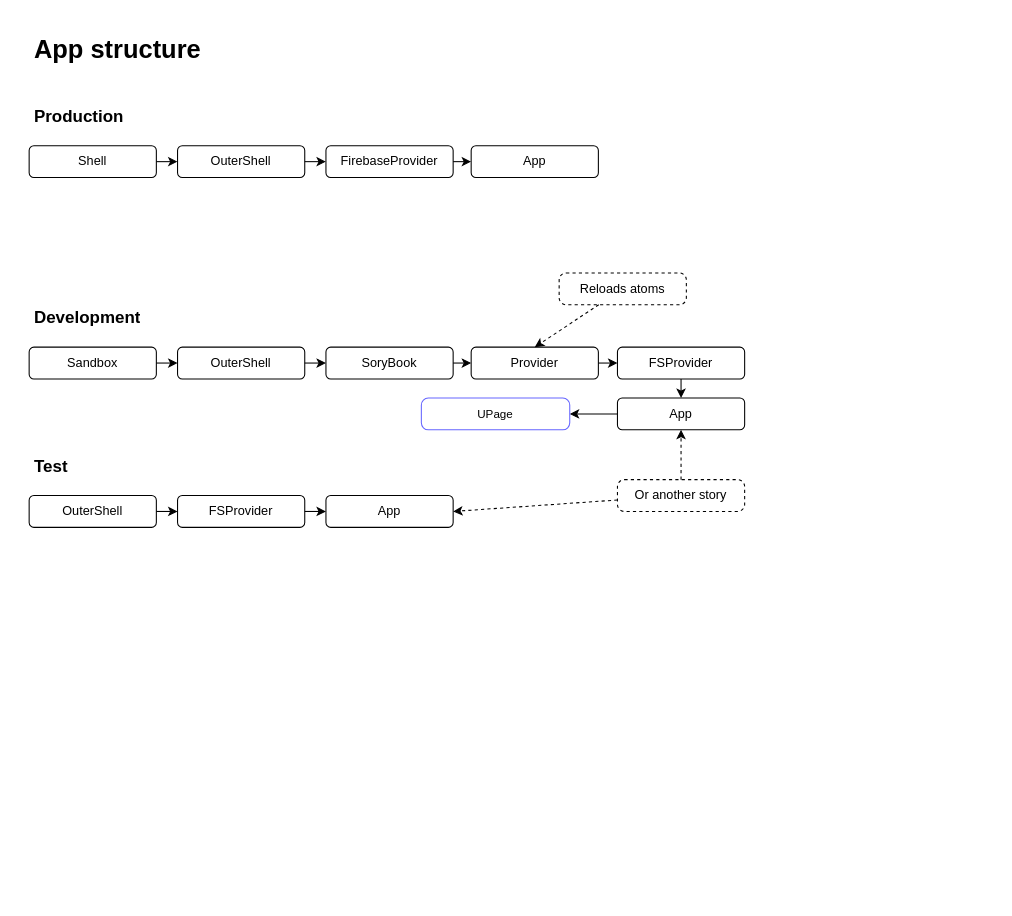
Earlier version of the draw.io diagram page "App structure" (1 of 6) of doc.drawio (Zombobot1/bike2). Source tidied: cells renumbered, new cells numbered last; positions are measured from the earlier drawing's top-left corner, leaving out a move shared by most shapes. Both pictures are drawn from the tidied source at 106%, with x=0, y=0 at pixel (29, 29).
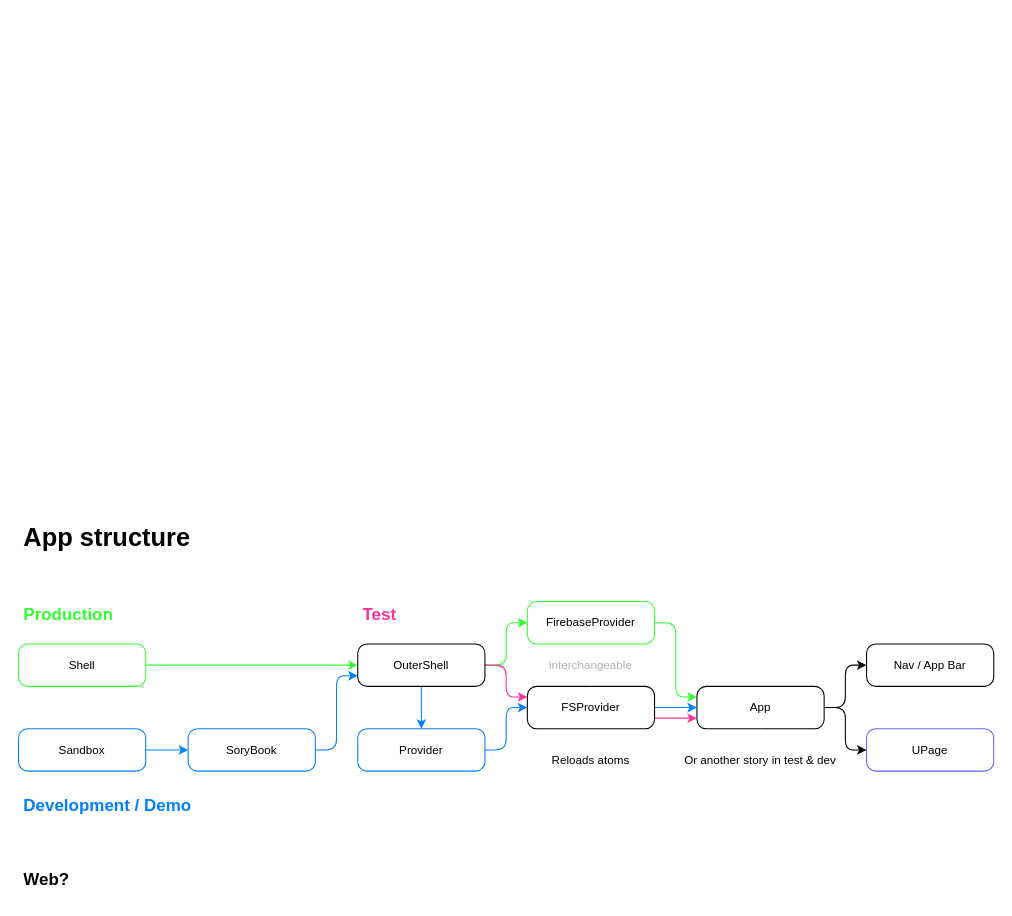
The same diagram, later.

Change to the diagram source:
```diff
@@
     <mxCell id="2" value="&lt;h1&gt;App structure&lt;/h1&gt;" style="text;html=1;strokeColor=none;fillColor=none;spacing=5;spacingTop=-20;whiteSpace=wrap;overflow=hidden;rounded=0;" parent="1" vertex="1">
-      <mxGeometry width="200" height="40" as="geometry" />
+      <mxGeometry x="-10" y="460" width="200" height="40" as="geometry" />
     </mxCell>
@@
-    <mxCell id="4" value="&lt;h1&gt;&lt;font style=&quot;font-size: 16px&quot;&gt;Production&lt;/font&gt;&lt;/h1&gt;" style="text;html=1;strokeColor=none;fillColor=none;spacing=5;spacingTop=-20;whiteSpace=wrap;overflow=hidden;rounded=0;" parent="1" vertex="1">
-      <mxGeometry y="60" width="200" height="40" as="geometry" />
+    <mxCell id="4" value="&lt;h1&gt;&lt;font style=&quot;font-size: 16px&quot;&gt;Production&lt;/font&gt;&lt;/h1&gt;" style="text;html=1;strokeColor=none;fillColor=none;spacing=5;spacingTop=-20;whiteSpace=wrap;overflow=hidden;rounded=0;fontColor=#33FF33;" parent="1" vertex="1">
+      <mxGeometry x="-10" y="530" width="120" height="40" as="geometry" />
     </mxCell>
-    <mxCell id="5" value="&lt;h1&gt;&lt;font style=&quot;font-size: 16px&quot;&gt;Development&lt;/font&gt;&lt;/h1&gt;" style="text;html=1;strokeColor=none;fillColor=none;spacing=5;spacingTop=-20;whiteSpace=wrap;overflow=hidden;rounded=0;" parent="1" vertex="1">
-      <mxGeometry y="250" width="200" height="40" as="geometry" />
+    <mxCell id="5" value="&lt;h1&gt;&lt;font style=&quot;font-size: 16px&quot;&gt;Development / Demo&lt;/font&gt;&lt;/h1&gt;" style="text;html=1;strokeColor=none;fillColor=none;spacing=5;spacingTop=-20;whiteSpace=wrap;overflow=hidden;rounded=0;fontColor=#007FFF;" parent="1" vertex="1">
+      <mxGeometry x="-10" y="710" width="200" height="40" as="geometry" />
     </mxCell>
-    <mxCell id="6" value="&lt;h1&gt;&lt;font style=&quot;font-size: 16px&quot;&gt;Test&lt;/font&gt;&lt;/h1&gt;" style="text;html=1;strokeColor=none;fillColor=none;spacing=5;spacingTop=-20;whiteSpace=wrap;overflow=hidden;rounded=0;" parent="1" vertex="1">
-      <mxGeometry y="390" width="200" height="40" as="geometry" />
+    <mxCell id="6" value="&lt;h1&gt;&lt;font style=&quot;font-size: 16px&quot;&gt;Test&lt;/font&gt;&lt;/h1&gt;" style="text;html=1;strokeColor=none;fillColor=none;spacing=5;spacingTop=-20;whiteSpace=wrap;overflow=hidden;rounded=0;fontColor=#FF3399;" parent="1" vertex="1">
+      <mxGeometry x="310" y="530" width="50" height="40" as="geometry" />
     </mxCell>
-    <mxCell id="7" style="html=1;dashed=1;exitX=0.5;exitY=0;exitDx=0;exitDy=0;entryX=0.5;entryY=1;entryDx=0;entryDy=0;" parent="1" edge="1" source="9" target="30">
-      <mxGeometry relative="1" as="geometry" />
-    </mxCell>
-    <mxCell id="8" style="html=1;entryX=1;entryY=0.5;entryDx=0;entryDy=0;dashed=1;" parent="1" edge="1" source="9" target="37">
-      <mxGeometry relative="1" as="geometry" />
-    </mxCell>
-    <mxCell id="9" value="Or another story" style="rounded=1;whiteSpace=wrap;html=1;arcSize=22;dashed=1;fillColor=none;" parent="1" vertex="1">
-      <mxGeometry x="555" y="425" width="120" height="30" as="geometry" />
-    </mxCell>
@@
-    <mxCell id="12" style="edgeStyle=elbowEdgeStyle;rounded=0;jettySize=auto;html=1;" parent="1" edge="1" source="13" target="15">
-      <mxGeometry relative="1" as="geometry" />
-    </mxCell>
+    <mxCell id="39" style="edgeStyle=elbowEdgeStyle;rounded=1;jettySize=auto;html=1;entryX=0;entryY=0.5;entryDx=0;entryDy=0;endArrow=classic;endFill=1;strokeColor=#33FF33;" parent="1" edge="1" source="13" target="43">
+      <mxGeometry relative="1" as="geometry" />
+    </mxCell>
-    <mxCell id="13" value="Shell" style="rounded=1;whiteSpace=wrap;html=1;fillColor=none;" parent="1" vertex="1">
-      <mxGeometry y="110" width="120" height="30" as="geometry" />
+    <mxCell id="13" value="Shell" style="rounded=1;whiteSpace=wrap;arcSize=22;fontFamily=Helvetica;fontSize=11;fontColor=default;strokeColor=#33FF33;fillColor=none;startSize=26;" parent="1" vertex="1">
+      <mxGeometry x="-10" y="580" width="120" height="40" as="geometry" />
     </mxCell>
-    <mxCell id="14" style="edgeStyle=elbowEdgeStyle;rounded=1;jettySize=auto;html=1;entryX=0;entryY=0.5;entryDx=0;entryDy=0;" parent="1" edge="1" source="15" target="17">
-      <mxGeometry relative="1" as="geometry" />
-    </mxCell>
-    <mxCell id="15" value="&lt;span&gt;OuterShell&lt;/span&gt;" style="rounded=1;whiteSpace=wrap;html=1;fillColor=none;" parent="1" vertex="1">
-      <mxGeometry x="140" y="110" width="120" height="30" as="geometry" />
-    </mxCell>
-    <mxCell id="16" style="edgeStyle=elbowEdgeStyle;rounded=1;jettySize=auto;html=1;entryX=0;entryY=0.5;entryDx=0;entryDy=0;" parent="1" edge="1" source="17" target="18">
-      <mxGeometry relative="1" as="geometry" />
-    </mxCell>
+    <mxCell id="40" style="edgeStyle=elbowEdgeStyle;rounded=1;jettySize=auto;html=1;entryX=0;entryY=0.5;entryDx=0;entryDy=0;endArrow=classic;endFill=1;strokeColor=#33FF33;exitX=1;exitY=0.5;exitDx=0;exitDy=0;" parent="1" edge="1" source="43" target="17">
+      <mxGeometry relative="1" as="geometry" />
+    </mxCell>
+    <mxCell id="41" style="edgeStyle=elbowEdgeStyle;rounded=1;jettySize=auto;html=1;entryX=0.5;entryY=0;entryDx=0;entryDy=0;endArrow=classic;endFill=1;strokeColor=#007FFF;" parent="1" edge="1" source="43" target="26">
+      <mxGeometry relative="1" as="geometry" />
+    </mxCell>
+    <mxCell id="42" style="edgeStyle=elbowEdgeStyle;rounded=1;jettySize=auto;html=1;entryX=0;entryY=0.25;entryDx=0;entryDy=0;fontColor=#33FF33;endArrow=classic;endFill=1;strokeColor=#FF3399;" parent="1" edge="1" source="43" target="54">
+      <mxGeometry relative="1" as="geometry" />
+    </mxCell>
+    <mxCell id="43" value="OuterShell" style="rounded=1;whiteSpace=wrap;arcSize=22;fontFamily=Helvetica;fontSize=11;fontColor=default;strokeColor=default;fillColor=none;startSize=26;" parent="1" vertex="1">
+      <mxGeometry x="310" y="580" width="120" height="40" as="geometry" />
+    </mxCell>
+    <mxCell id="44" style="edgeStyle=elbowEdgeStyle;rounded=1;jettySize=auto;html=1;endArrow=classic;endFill=1;strokeColor=#007FFF;" parent="1" edge="1" source="20" target="24">
+      <mxGeometry relative="1" as="geometry" />
+    </mxCell>
+    <mxCell id="20" value="Sandbox" style="rounded=1;whiteSpace=wrap;arcSize=22;fontFamily=Helvetica;fontSize=11;fontColor=default;strokeColor=#007FFF;fillColor=none;startSize=26;" parent="1" vertex="1">
+      <mxGeometry x="-10" y="660" width="120" height="40" as="geometry" />
+    </mxCell>
+    <mxCell id="45" style="edgeStyle=elbowEdgeStyle;rounded=1;jettySize=auto;html=1;entryX=0;entryY=0.75;entryDx=0;entryDy=0;endArrow=classic;endFill=1;strokeColor=#007FFF;" parent="1" edge="1" source="24" target="43">
+      <mxGeometry relative="1" as="geometry" />
+    </mxCell>
+    <mxCell id="24" value="SoryBook" style="rounded=1;whiteSpace=wrap;arcSize=22;fontFamily=Helvetica;fontSize=11;fontColor=default;strokeColor=#007FFF;fillColor=none;startSize=26;" parent="1" vertex="1">
+      <mxGeometry x="150" y="660" width="120" height="40" as="geometry" />
+    </mxCell>
+    <mxCell id="46" style="edgeStyle=elbowEdgeStyle;rounded=1;jettySize=auto;html=1;entryX=0;entryY=0.5;entryDx=0;entryDy=0;endArrow=classic;endFill=1;strokeColor=#007FFF;" parent="1" edge="1" source="26" target="54">
+      <mxGeometry relative="1" as="geometry" />
+    </mxCell>
+    <mxCell id="26" value="Provider" style="rounded=1;whiteSpace=wrap;arcSize=22;fontFamily=Helvetica;fontSize=11;fontColor=default;strokeColor=#007FFF;fillColor=none;startSize=26;" parent="1" vertex="1">
+      <mxGeometry x="310" y="660" width="120" height="40" as="geometry" />
+    </mxCell>
+    <mxCell id="47" style="edgeStyle=elbowEdgeStyle;rounded=1;jettySize=auto;html=1;entryX=0;entryY=0.25;entryDx=0;entryDy=0;endArrow=classic;endFill=1;strokeColor=#33FF33;" parent="1" edge="1" source="17" target="50">
+      <mxGeometry relative="1" as="geometry" />
+    </mxCell>
-    <mxCell id="17" value="&lt;span&gt;FirebaseProvider&lt;/span&gt;" style="rounded=1;whiteSpace=wrap;html=1;fillColor=none;" parent="1" vertex="1">
-      <mxGeometry x="280" y="110" width="120" height="30" as="geometry" />
+    <mxCell id="17" value="FirebaseProvider" style="rounded=1;whiteSpace=wrap;arcSize=22;fontFamily=Helvetica;fontSize=11;fontColor=default;strokeColor=#33FF33;fillColor=none;startSize=26;" parent="1" vertex="1">
+      <mxGeometry x="470" y="540" width="120" height="40" as="geometry" />
     </mxCell>
-    <mxCell id="18" value="&lt;span&gt;App&lt;/span&gt;" style="rounded=1;whiteSpace=wrap;html=1;fillColor=none;" parent="1" vertex="1">
-      <mxGeometry x="417" y="110" width="120" height="30" as="geometry" />
-    </mxCell>
-    <mxCell id="19" style="edgeStyle=elbowEdgeStyle;rounded=0;jettySize=auto;html=1;" parent="1" edge="1" source="20" target="22">
-      <mxGeometry relative="1" as="geometry" />
-    </mxCell>
-    <mxCell id="20" value="&lt;span&gt;Sandbox&lt;/span&gt;" style="rounded=1;whiteSpace=wrap;html=1;fillColor=none;" parent="1" vertex="1">
-      <mxGeometry y="300" width="120" height="30" as="geometry" />
-    </mxCell>
-    <mxCell id="21" style="edgeStyle=elbowEdgeStyle;rounded=1;jettySize=auto;html=1;entryX=0;entryY=0.5;entryDx=0;entryDy=0;" parent="1" edge="1" source="22" target="24">
-      <mxGeometry relative="1" as="geometry" />
-    </mxCell>
-    <mxCell id="22" value="&lt;span&gt;OuterShell&lt;/span&gt;" style="rounded=1;whiteSpace=wrap;html=1;fillColor=none;" parent="1" vertex="1">
-      <mxGeometry x="140" y="300" width="120" height="30" as="geometry" />
-    </mxCell>
-    <mxCell id="23" style="edgeStyle=elbowEdgeStyle;rounded=1;jettySize=auto;html=1;entryX=0;entryY=0.5;entryDx=0;entryDy=0;" parent="1" edge="1" source="24" target="26">
-      <mxGeometry relative="1" as="geometry" />
-    </mxCell>
-    <mxCell id="24" value="&lt;span&gt;SoryBook&lt;/span&gt;" style="rounded=1;whiteSpace=wrap;html=1;fillColor=none;" parent="1" vertex="1">
-      <mxGeometry x="280" y="300" width="120" height="30" as="geometry" />
-    </mxCell>
-    <mxCell id="25" style="edgeStyle=elbowEdgeStyle;rounded=1;jettySize=auto;html=1;entryX=0;entryY=0.5;entryDx=0;entryDy=0;" parent="1" edge="1" source="26" target="28">
-      <mxGeometry relative="1" as="geometry" />
-    </mxCell>
-    <mxCell id="26" value="Provider" style="rounded=1;whiteSpace=wrap;html=1;fillColor=none;" parent="1" vertex="1">
-      <mxGeometry x="417" y="300" width="120" height="30" as="geometry" />
-    </mxCell>
-    <mxCell id="27" style="edgeStyle=elbowEdgeStyle;rounded=1;jettySize=auto;html=1;entryX=0.5;entryY=0;entryDx=0;entryDy=0;" parent="1" edge="1" source="28" target="30">
-      <mxGeometry relative="1" as="geometry" />
-    </mxCell>
-    <mxCell id="28" value="FSProvider" style="rounded=1;whiteSpace=wrap;html=1;fillColor=none;" parent="1" vertex="1">
-      <mxGeometry x="555" y="300" width="120" height="30" as="geometry" />
-    </mxCell>
-    <mxCell id="29" style="rounded=0;jettySize=auto;html=1;entryX=1;entryY=0.5;entryDx=0;entryDy=0;" parent="1" edge="1" source="30" target="38">
-      <mxGeometry relative="1" as="geometry" />
-    </mxCell>
-    <mxCell id="30" value="&lt;span&gt;App&lt;/span&gt;" style="rounded=1;whiteSpace=wrap;html=1;fillColor=none;" parent="1" vertex="1">
-      <mxGeometry x="555" y="348" width="120" height="30" as="geometry" />
-    </mxCell>
+    <mxCell id="48" style="edgeStyle=elbowEdgeStyle;rounded=1;jettySize=auto;html=1;entryX=0;entryY=0.5;entryDx=0;entryDy=0;endArrow=classic;endFill=1;" parent="1" edge="1" source="50" target="51">
+      <mxGeometry relative="1" as="geometry" />
+    </mxCell>
+    <mxCell id="49" style="edgeStyle=elbowEdgeStyle;rounded=1;jettySize=auto;html=1;entryX=0;entryY=0.5;entryDx=0;entryDy=0;endArrow=classic;endFill=1;" parent="1" edge="1" source="50" target="38">
+      <mxGeometry relative="1" as="geometry" />
+    </mxCell>
+    <mxCell id="50" value="App" style="rounded=1;whiteSpace=wrap;arcSize=22;fontFamily=Helvetica;fontSize=11;fontColor=default;strokeColor=default;fillColor=none;startSize=26;" parent="1" vertex="1">
+      <mxGeometry x="630" y="620" width="120" height="40" as="geometry" />
+    </mxCell>
+    <mxCell id="51" value="Nav / App Bar" style="rounded=1;whiteSpace=wrap;arcSize=22;fontFamily=Helvetica;fontSize=11;fontColor=default;strokeColor=default;fillColor=none;startSize=26;" parent="1" vertex="1">
+      <mxGeometry x="790" y="580" width="120" height="40" as="geometry" />
+    </mxCell>
+    <mxCell id="38" value="UPage" style="rounded=1;whiteSpace=wrap;arcSize=22;fontFamily=Helvetica;fontSize=11;fontColor=default;strokeColor=#6666FF;fillColor=none;startSize=26;" parent="1" vertex="1">
+      <mxGeometry x="790" y="660" width="120" height="40" as="geometry" />
+    </mxCell>
+    <mxCell id="52" style="edgeStyle=elbowEdgeStyle;rounded=1;jettySize=auto;html=1;entryX=0;entryY=0.5;entryDx=0;entryDy=0;endArrow=classic;endFill=1;strokeColor=#007FFF;" parent="1" edge="1" source="54" target="50">
+      <mxGeometry relative="1" as="geometry" />
+    </mxCell>
+    <mxCell id="53" style="edgeStyle=elbowEdgeStyle;rounded=1;jettySize=auto;html=1;entryX=0;entryY=0.75;entryDx=0;entryDy=0;fontColor=#33FF33;endArrow=classic;endFill=1;strokeColor=#FF3399;exitX=1;exitY=0.75;exitDx=0;exitDy=0;" parent="1" edge="1" source="54" target="50">
+      <mxGeometry relative="1" as="geometry" />
+    </mxCell>
+    <mxCell id="54" value="FSProvider" style="rounded=1;whiteSpace=wrap;arcSize=22;fontFamily=Helvetica;fontSize=11;fontColor=default;strokeColor=default;fillColor=none;startSize=26;" parent="1" vertex="1">
+      <mxGeometry x="470" y="620" width="120" height="40" as="geometry" />
+    </mxCell>
+    <mxCell id="55" value="&lt;h1&gt;&lt;font style=&quot;font-size: 16px&quot;&gt;Web?&lt;/font&gt;&lt;/h1&gt;" style="text;html=1;strokeColor=none;fillColor=none;spacing=5;spacingTop=-20;whiteSpace=wrap;overflow=hidden;rounded=0;" parent="1" vertex="1">
+      <mxGeometry x="-10" y="780" width="200" height="40" as="geometry" />
+    </mxCell>
+    <mxCell id="56" style="rounded=1;jettySize=auto;html=1;fontColor=#FF3399;endArrow=none;endFill=0;strokeColor=#FFFFFF;opacity=30;dashed=1;entryX=0.5;entryY=1;entryDx=0;entryDy=0;" parent="1" edge="1" source="31" target="54">
+      <mxGeometry relative="1" as="geometry" />
+    </mxCell>
-    <mxCell id="31" value="Reloads atoms" style="rounded=1;whiteSpace=wrap;html=1;arcSize=22;dashed=1;fillColor=none;" parent="1" vertex="1">
-      <mxGeometry x="500" y="230" width="120" height="30" as="geometry" />
+    <mxCell id="31" value="Reloads atoms" style="rounded=1;whiteSpace=wrap;arcSize=22;fontFamily=Helvetica;fontSize=11;fontColor=default;strokeColor=none;fillColor=none;startSize=26;" parent="1" vertex="1">
+      <mxGeometry x="490" y="680" width="80" height="20" as="geometry" />
     </mxCell>
-    <mxCell id="32" style="html=1;entryX=0.5;entryY=0;entryDx=0;entryDy=0;dashed=1;" parent="1" edge="1" source="31" target="26">
-      <mxGeometry relative="1" as="geometry" />
-    </mxCell>
-    <mxCell id="33" style="edgeStyle=elbowEdgeStyle;rounded=0;jettySize=auto;html=1;" parent="1" edge="1" source="34" target="36">
-      <mxGeometry relative="1" as="geometry" />
-    </mxCell>
-    <mxCell id="34" value="&lt;span&gt;OuterShell&lt;/span&gt;" style="rounded=1;whiteSpace=wrap;html=1;fillColor=none;" parent="1" vertex="1">
-      <mxGeometry y="440" width="120" height="30" as="geometry" />
-    </mxCell>
-    <mxCell id="35" style="edgeStyle=elbowEdgeStyle;rounded=1;jettySize=auto;html=1;entryX=0;entryY=0.5;entryDx=0;entryDy=0;" parent="1" edge="1" source="36" target="37">
-      <mxGeometry relative="1" as="geometry" />
-    </mxCell>
-    <mxCell id="36" value="&lt;span&gt;FSProvider&lt;/span&gt;" style="rounded=1;whiteSpace=wrap;html=1;fillColor=none;" parent="1" vertex="1">
-      <mxGeometry x="140" y="440" width="120" height="30" as="geometry" />
-    </mxCell>
-    <mxCell id="37" value="&lt;span&gt;App&lt;/span&gt;" style="rounded=1;whiteSpace=wrap;html=1;fillColor=none;" parent="1" vertex="1">
-      <mxGeometry x="280" y="440" width="120" height="30" as="geometry" />
-    </mxCell>
-    <mxCell id="38" value="UPage" style="rounded=1;whiteSpace=wrap;arcSize=22;fontFamily=Helvetica;fontSize=11;fontColor=default;strokeColor=#6666FF;fillColor=none;" parent="1" vertex="1">
-      <mxGeometry x="370" y="348" width="140" height="30" as="geometry" />
-    </mxCell>
+    <mxCell id="57" style="rounded=1;jettySize=auto;html=1;fontColor=#FF3399;endArrow=none;endFill=0;strokeColor=#FFFFFF;opacity=30;dashed=1;entryX=0.5;entryY=1;entryDx=0;entryDy=0;" parent="1" edge="1" source="58" target="50">
+      <mxGeometry relative="1" as="geometry" />
+    </mxCell>
+    <mxCell id="58" value="Or another story in test &amp; dev" style="rounded=1;whiteSpace=wrap;arcSize=22;fontFamily=Helvetica;fontSize=11;fontColor=default;strokeColor=none;fillColor=none;startSize=26;" parent="1" vertex="1">
+      <mxGeometry x="610" y="680" width="160" height="20" as="geometry" />
+    </mxCell>
+    <mxCell id="59" style="rounded=1;jettySize=auto;html=1;fontColor=#FF3399;endArrow=none;endFill=0;strokeColor=#FFFFFF;opacity=30;dashed=1;entryX=0.5;entryY=1;entryDx=0;entryDy=0;" parent="1" edge="1" source="60" target="17">
+      <mxGeometry relative="1" as="geometry" />
+    </mxCell>
+    <mxCell id="60" value="interchangeable" style="rounded=1;whiteSpace=wrap;arcSize=22;fontFamily=Helvetica;fontSize=11;fontColor=default;strokeColor=none;fillColor=none;startSize=26;textOpacity=30;" parent="1" vertex="1">
+      <mxGeometry x="490" y="590" width="80" height="20" as="geometry" />
+    </mxCell>
+    <mxCell id="61" style="rounded=1;jettySize=auto;html=1;fontColor=#FF3399;endArrow=none;endFill=0;strokeColor=#FFFFFF;opacity=30;dashed=1;entryX=0.5;entryY=1;entryDx=0;entryDy=0;exitX=0.5;exitY=0;exitDx=0;exitDy=0;" parent="1" edge="1" source="54" target="60">
+      <mxGeometry relative="1" as="geometry" />
+    </mxCell>
```
